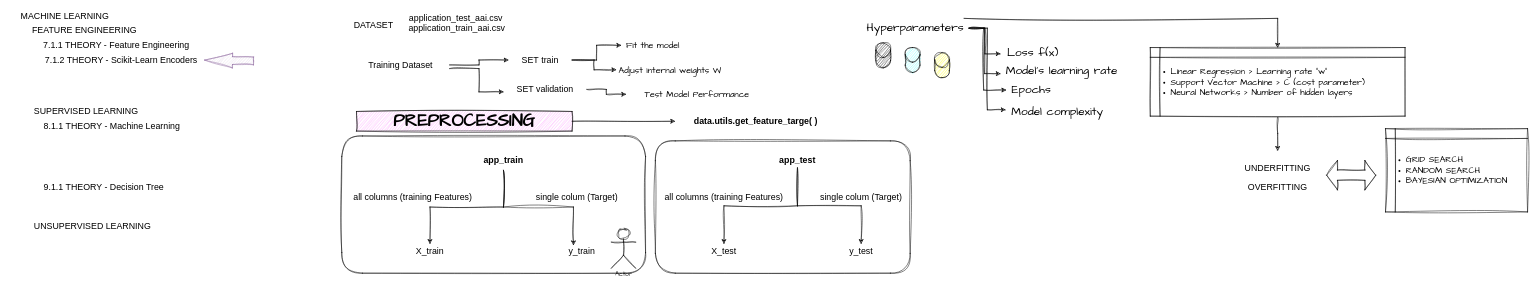
Before: Sprint2.drawio in Innoktiv/Anyone-AI, a draw.io diagram. Source tidied: cells renumbered, new cells numbered last; positions are measured from the earlier drawing's top-left corner, leaving out a move shared by most shapes. Both pictures are drawn from the tidied source at 49%, with x=0, y=0 at pixel (8, 8).
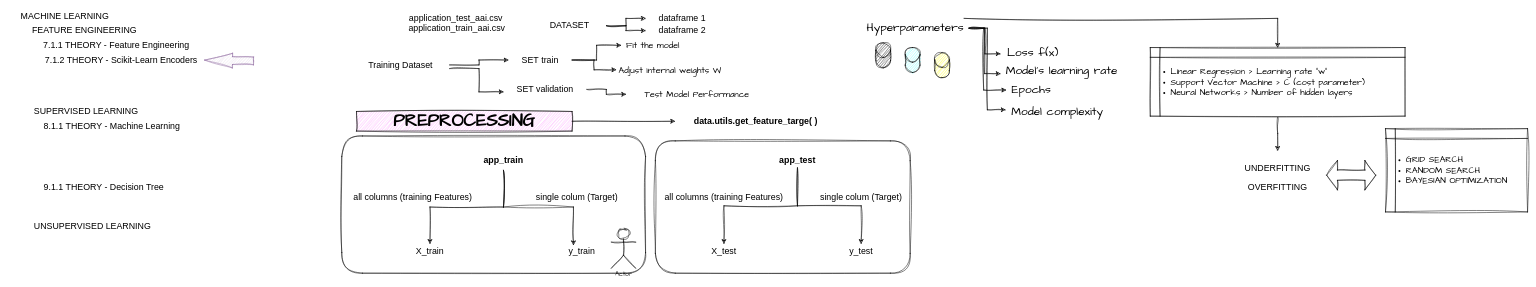
Above is the later version.

Diff of the diagram source:
```diff
@@
+    <mxCell id="64" style="edgeStyle=orthogonalEdgeStyle;rounded=0;sketch=1;hachureGap=4;jiggle=2;curveFitting=1;jettySize=auto;html=1;entryX=0;entryY=0.5;entryDx=0;entryDy=0;fontFamily=Architects Daughter;" parent="1" edge="1" source="63" target="66">
+      <mxGeometry relative="1" as="geometry" />
+    </mxCell>
+    <mxCell id="65" style="edgeStyle=orthogonalEdgeStyle;rounded=0;sketch=1;hachureGap=4;jiggle=2;curveFitting=1;jettySize=auto;html=1;fontFamily=Architects Daughter;" parent="1" edge="1" source="63" target="67">
+      <mxGeometry relative="1" as="geometry" />
+    </mxCell>
     <mxCell id="63" value="&lt;font face=&quot;Helvetica&quot;&gt;&lt;span style=&quot;font-size: 18px;&quot;&gt;DATASET&lt;/span&gt;&lt;/font&gt;" style="text;html=1;align=center;verticalAlign=middle;whiteSpace=wrap;rounded=0;fontFamily=Architects Daughter;" parent="1" vertex="1">
-      <mxGeometry x="680" y="20" width="130" height="30" as="geometry" />
+      <mxGeometry x="1070" y="20" width="150" height="30" as="geometry" />
     </mxCell>
+    <mxCell id="66" value="&lt;font face=&quot;Helvetica&quot;&gt;&lt;span style=&quot;font-size: 18px;&quot;&gt;dataframe 1&lt;/span&gt;&lt;/font&gt;" style="text;html=1;align=center;verticalAlign=middle;whiteSpace=wrap;rounded=0;fontFamily=Architects Daughter;" parent="1" vertex="1">
+      <mxGeometry x="1300" y="5" width="150" height="30" as="geometry" />
+    </mxCell>
+    <mxCell id="67" value="&lt;font face=&quot;Helvetica&quot;&gt;&lt;span style=&quot;font-size: 18px;&quot;&gt;dataframe 2&lt;/span&gt;&lt;/font&gt;" style="text;html=1;align=center;verticalAlign=middle;whiteSpace=wrap;rounded=0;fontFamily=Architects Daughter;" parent="1" vertex="1">
+      <mxGeometry x="1300" y="30" width="150" height="30" as="geometry" />
+    </mxCell>
```
